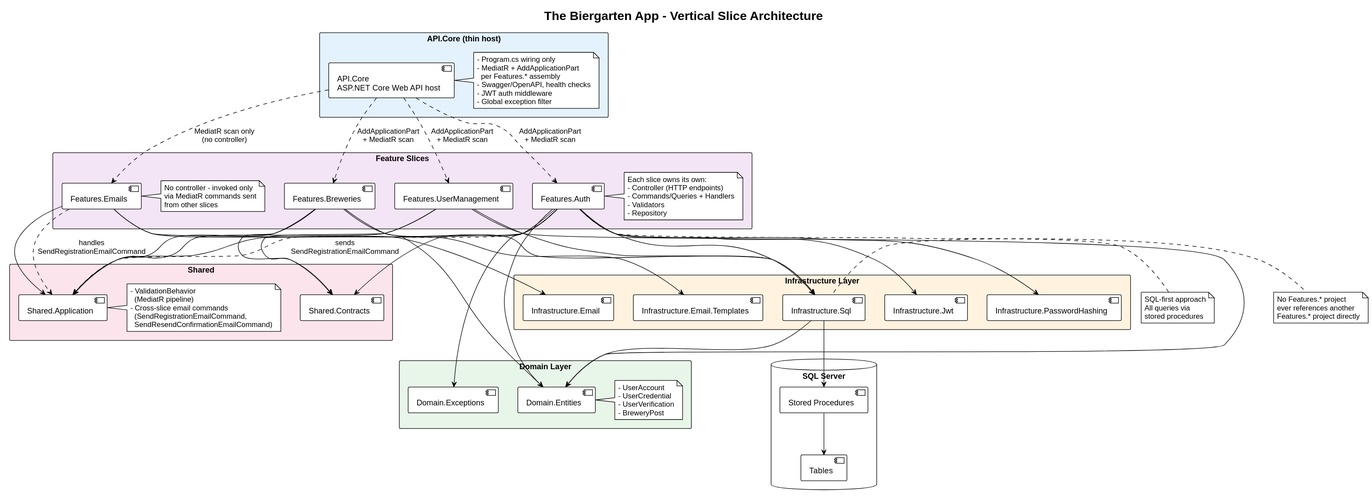
Before: docs/website/diagrams-out/architecture.svg, a diagram exported from PlantUML (aaronpo97/the-biergarten-app).
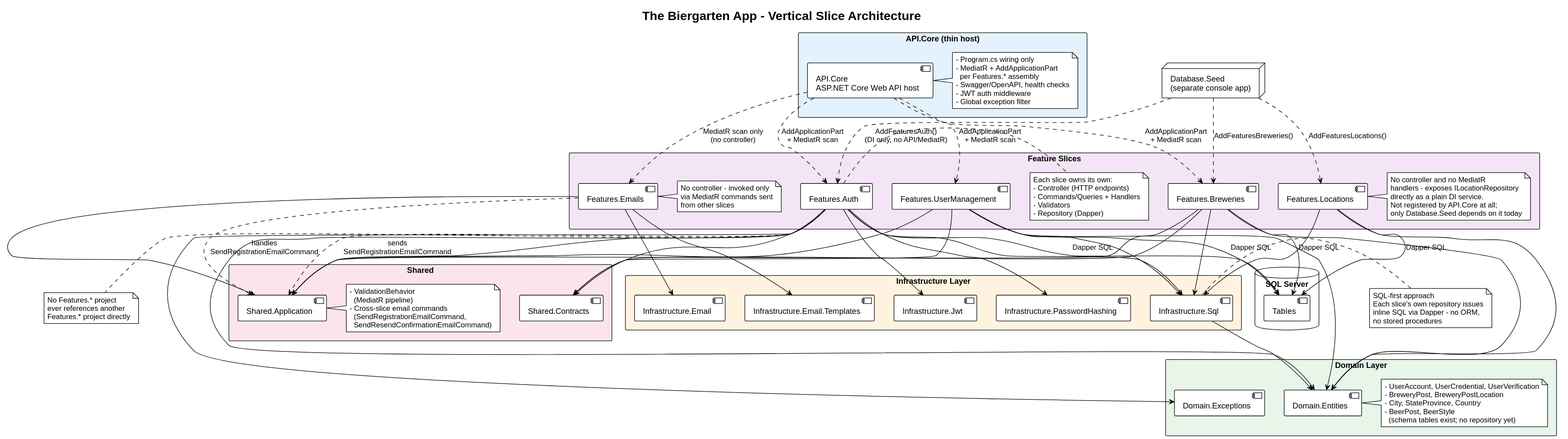
Later version of the same file.

Diff of the diagram source:
```diff
@@ -23,17 +23,25 @@
   [Features.Breweries] as BrewerySlice
   [Features.UserManagement] as UserSlice
   [Features.Emails] as EmailsSlice
+  [Features.Locations] as LocationsSlice
   note right of AuthSlice
     Each slice owns its own:
     - Controller (HTTP endpoints)
     - Commands/Queries + Handlers
     - Validators
-    - Repository
+    - Repository (Dapper)
   end note
   note right of EmailsSlice
     No controller - invoked only
     via MediatR commands sent
     from other slices
+  end note
+  note right of LocationsSlice
+    No controller and no MediatR
+    handlers - exposes ILocationRepository
+    directly as a plain DI service.
+    Not registered by API.Core at all;
+    only Database.Seed depends on it today
   end note
 }
 
@@ -61,22 +69,28 @@
   [Domain.Entities] as Domain
   [Domain.Exceptions] as DomainExceptions
   note right of Domain
-    - UserAccount
-    - UserCredential
-    - UserVerification
-    - BreweryPost
+    - UserAccount, UserCredential, UserVerification
+    - BreweryPost, BreweryPostLocation
+    - City, StateProvince, Country
+    - BeerPost, BeerStyle
+      (schema tables exist; no repository yet)
   end note
 }
 
 database "SQL Server" {
-  [Stored Procedures] as SP
   [Tables] as Tables
 }
+
+node "Database.Seed\n(separate console app)" as Seed
 
 API ..> AuthSlice : AddApplicationPart\n+ MediatR scan
 API ..> BrewerySlice : AddApplicationPart\n+ MediatR scan
 API ..> UserSlice : AddApplicationPart\n+ MediatR scan
 API ..> EmailsSlice : MediatR scan only\n(no controller)
+
+Seed ..> AuthSlice : AddFeaturesAuth()\n(DI only, no API/MediatR)
+Seed ..> BrewerySlice : AddFeaturesBreweries()
+Seed ..> LocationsSlice : AddFeaturesLocations()
 
 AuthSlice --> Sql
 AuthSlice --> JWT
@@ -92,6 +106,8 @@
 UserSlice --> SharedContracts
 UserSlice --> SharedApp
 
+LocationsSlice --> Sql
+
 EmailsSlice --> Email
 EmailsSlice --> EmailTemplates
 EmailsSlice --> SharedApp
@@ -99,19 +115,24 @@
 AuthSlice ..> SharedApp : sends\nSendRegistrationEmailCommand
 EmailsSlice ..> SharedApp : handles\nSendRegistrationEmailCommand
 
-Sql --> SP
 Sql --> Domain
-SP --> Tables
+
+AuthSlice --> Tables : Dapper SQL
+BrewerySlice --> Tables : Dapper SQL
+UserSlice --> Tables : Dapper SQL
+LocationsSlice --> Tables : Dapper SQL
 
 AuthSlice --> Domain
 BrewerySlice --> Domain
 UserSlice --> Domain
+LocationsSlice --> Domain
 AuthSlice --> DomainExceptions
 
 note left of Sql
   SQL-first approach
-  All queries via
-  stored procedures
+  Each slice's own repository issues
+  inline SQL via Dapper - no ORM,
+  no stored procedures
 end note
 
 note bottom of AuthSlice
```
